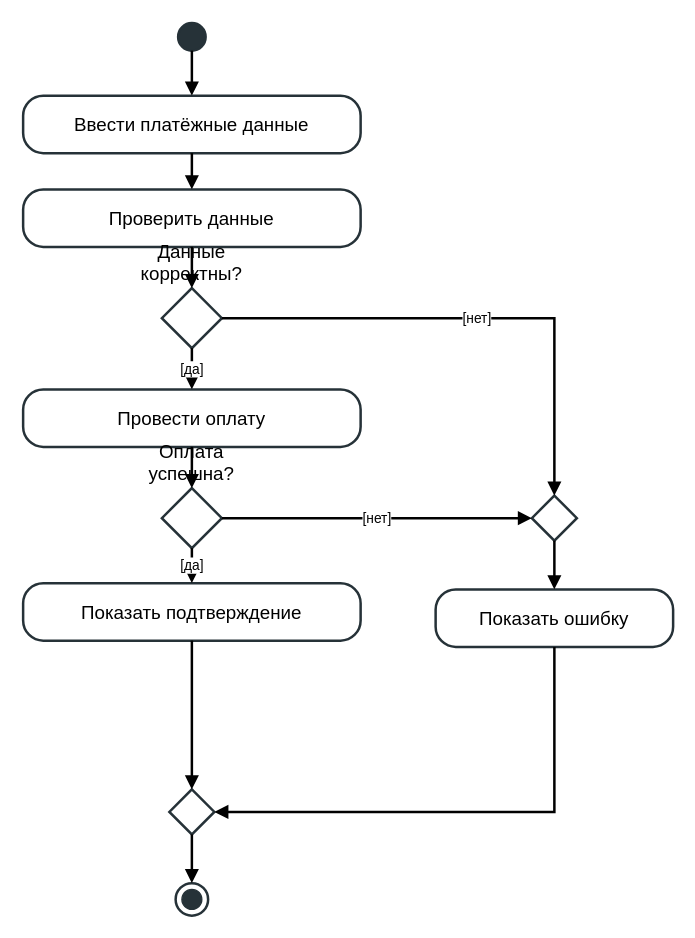
Above: lab1/diagrams/activity.drawio in nalemew537-blip/visual-programming-labs-Smirnov (draw.io), before the change. Source tidied: cells renumbered, new cells numbered last; positions are measured from the earlier drawing's top-left corner, leaving out a move shared by most shapes. Both pictures are drawn from the tidied source at 125%, with x=0, y=0 at pixel (22, 22).
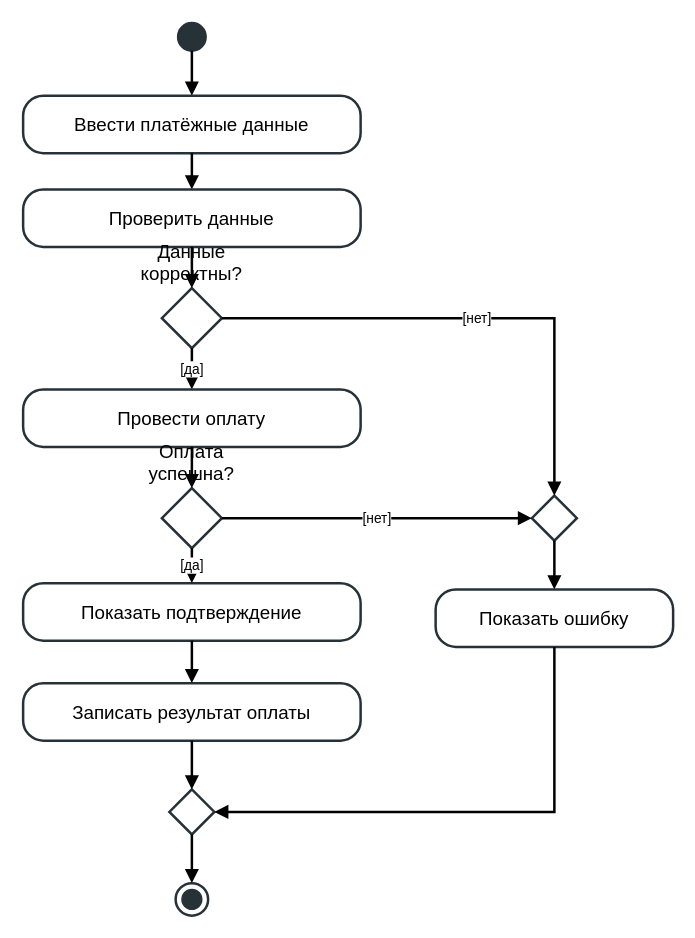
After the change.

Commit message (it also covers changes not shown here):
Update UML Activity and Mermaid diagrams

The change refers to these unchanged cells:
```xml
<mxCell id="10" value="Показать подтверждение" style="rounded=1;whiteSpace=wrap;html=1;fillColor=#ffffff;strokeColor=#263238;arcSize=35;fontSize=15;strokeWidth=2;" parent="1" vertex="1">
  <mxGeometry y="448" width="270" height="46" as="geometry" />
</mxCell>
<mxCell id="11" style="rhombus;whiteSpace=wrap;html=1;fillColor=#ffffff;strokeColor=#263238;fontSize=15;strokeWidth=2;" parent="1" vertex="1">
  <mxGeometry x="117" y="613" width="36" height="36" as="geometry" />
</mxCell>
```

The edit, as a diff of the source:
```diff
@@
+    <mxCell id="26" value="Записать результат оплаты" style="rounded=1;whiteSpace=wrap;html=1;fillColor=#ffffff;strokeColor=#263238;arcSize=35;fontSize=15;strokeWidth=2;" parent="1" vertex="1">
+      <mxGeometry y="528" width="270" height="46" as="geometry" />
+    </mxCell>
@@
-    <mxCell id="23" style="edgeStyle=orthogonalEdgeStyle;rounded=0;jettySize=auto;html=1;endArrow=block;endFill=1;strokeWidth=2;exitX=0.5;exitY=1;entryX=0.5;entryY=0;" parent="1" edge="1" source="10" target="11">
-      <mxGeometry relative="1" as="geometry" />
-    </mxCell>
+    <mxCell id="27" style="edgeStyle=orthogonalEdgeStyle;rounded=0;jettySize=auto;html=1;endArrow=block;endFill=1;strokeWidth=2;exitX=0.5;exitY=1;entryX=0.5;entryY=0;" parent="1" edge="1" source="10" target="26">
+      <mxGeometry relative="1" as="geometry" />
+    </mxCell>
+    <mxCell id="28" style="edgeStyle=orthogonalEdgeStyle;rounded=0;jettySize=auto;html=1;endArrow=block;endFill=1;strokeWidth=2;exitX=0.5;exitY=1;entryX=0.5;entryY=0;" parent="1" edge="1" source="26" target="11">
+      <mxGeometry relative="1" as="geometry" />
+    </mxCell>
```
